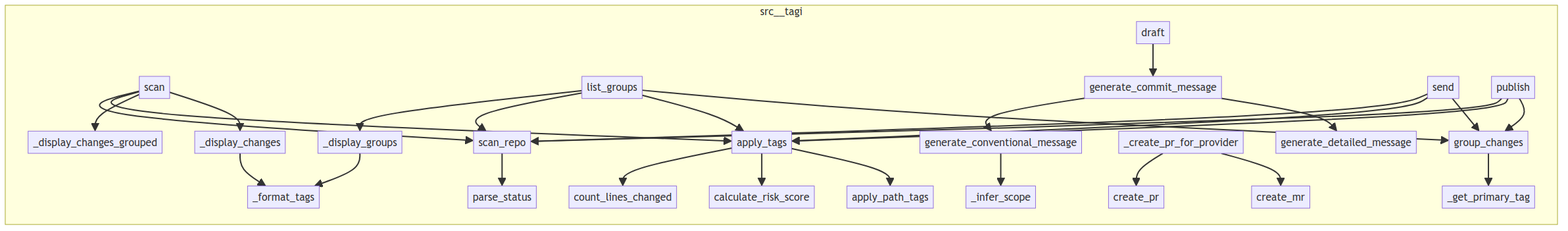
Before: project/calls.png, a diagram exported from Mermaid (semcod/tagi). Its source is kept beside it as project/calls.mmd.
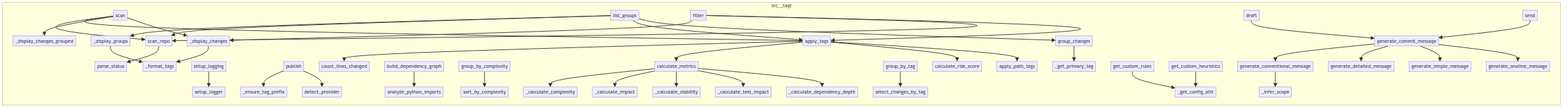
Above is the later version.

The edit, as a diff of the source:
```diff
@@ -1,32 +1,51 @@
 flowchart LR
     subgraph src__tagi
+        src__tagi__heuristics__scoring__calculate_risk_score["calculate_risk_score"]
+        src__tagi__analyzer__dependency_graph__analyze_python_imports["analyze_python_imports"]
+        src__tagi__composer__commit_message___infer_scope["_infer_scope"]
         src__tagi__cli___display_changes_grouped["_display_changes_grouped"]
-        src__tagi__heuristics__tags__apply_tags["apply_tags"]
-        src__tagi__scanner__files__count_lines_changed["count_lines_changed"]
+        src__tagi__heuristics__rules__get_custom_rules["get_custom_rules"]
+        src__tagi__cli__list_groups["list_groups"]
+        src__tagi__cli__filter["filter"]
+        src__tagi__composer__commit_message__generate_commit_message["generate_commit_message"]
+        src__tagi__heuristics__metrics___calculate_complexity["_calculate_complexity"]
+        src__tagi__heuristics__metrics___calculate_test_impact["_calculate_test_impact"]
+        src__tagi__heuristics__tags__apply_path_tags["apply_path_tags"]
+        src__tagi__cli___format_tags["_format_tags"]
+        src__tagi__utils__logger__setup_logger["setup_logger"]
+        src__tagi__planner__grouper__group_by_tag["group_by_tag"]
+        src__tagi__heuristics__rules___get_config_attr["_get_config_attr"]
+        src__tagi__composer__commit_message__generate_simple_message["generate_simple_message"]
+        src__tagi__cli___display_changes["_display_changes"]
         src__tagi__composer__commit_message__generate_detailed_message["generate_detailed_message"]
-        src__tagi__cli___create_pr_for_provider["_create_pr_for_provider"]
+        src__tagi__heuristics__metrics__calculate_metrics["calculate_metrics"]
+        src__tagi__heuristics__rules__get_custom_heuristics["get_custom_heuristics"]
+        src__tagi__cli__draft["draft"]
+        src__tagi__cli___display_groups["_display_groups"]
+        src__tagi__heuristics__metrics___calculate_stability["_calculate_stability"]
+        src__tagi__composer__commit_message__generate_oneline_message["generate_oneline_message"]
+        src__tagi__cli___ensure_tag_prefix["_ensure_tag_prefix"]
+        src__tagi__cli__send["send"]
+        src__tagi__planner__sorter__sort_by_complexity["sort_by_complexity"]
+        src__tagi__cli__setup_logging["setup_logging"]
+        src__tagi__cli__publish["publish"]
+        src__tagi__cli__scan["scan"]
+        src__tagi__cli__detect_provider["detect_provider"]
+        src__tagi__composer__commit_message__generate_conventional_message["generate_conventional_message"]
+        src__tagi__planner__sorter__group_by_complexity["group_by_complexity"]
+        src__tagi__planner__selector__select_changes_by_tag["select_changes_by_tag"]
+        src__tagi__heuristics__metrics___calculate_impact["_calculate_impact"]
+        src__tagi__heuristics__metrics___calculate_dependency_depth["_calculate_dependency_depth"]
         src__tagi__planner__grouper__group_changes["group_changes"]
         src__tagi__scanner__status__parse_status["parse_status"]
-        src__tagi__cli___display_changes["_display_changes"]
+        src__tagi__planner__grouper___get_primary_tag["_get_primary_tag"]
+        src__tagi__heuristics__tags__apply_tags["apply_tags"]
+        src__tagi__analyzer__dependency_graph__build_dependency_graph["build_dependency_graph"]
         src__tagi__scanner__status__scan_repo["scan_repo"]
-        src__tagi__cli__send["send"]
-        src__tagi__heuristics__scoring__calculate_risk_score["calculate_risk_score"]
-        src__tagi__heuristics__tags__apply_path_tags["apply_path_tags"]
-        src__tagi__cli__create_pr["create_pr"]
-        src__tagi__cli__list_groups["list_groups"]
-        src__tagi__cli__create_mr["create_mr"]
-        src__tagi__composer__commit_message__generate_commit_message["generate_commit_message"]
-        src__tagi__composer__commit_message___infer_scope["_infer_scope"]
-        src__tagi__cli__draft["draft"]
-        src__tagi__planner__grouper___get_primary_tag["_get_primary_tag"]
-        src__tagi__cli___display_groups["_display_groups"]
-        src__tagi__composer__commit_message__generate_conventional_message["generate_conventional_message"]
-        src__tagi__cli___format_tags["_format_tags"]
-        src__tagi__cli__publish["publish"]
-        src__tagi__cli__scan["scan"]
+        src__tagi__scanner__files__count_lines_changed["count_lines_changed"]
     end
-    src__tagi__planner__grouper__group_changes --> src__tagi__planner__grouper___get_primary_tag
     src__tagi__scanner__status__scan_repo --> src__tagi__scanner__status__parse_status
+    src__tagi__cli__setup_logging --> src__tagi__utils__logger__setup_logger
     src__tagi__cli__scan --> src__tagi__scanner__status__scan_repo
     src__tagi__cli__scan --> src__tagi__heuristics__tags__apply_tags
     src__tagi__cli__scan --> src__tagi__cli___display_changes_grouped
@@ -35,20 +54,32 @@
     src__tagi__cli__list_groups --> src__tagi__scanner__status__scan_repo
     src__tagi__cli__list_groups --> src__tagi__heuristics__tags__apply_tags
     src__tagi__cli__list_groups --> src__tagi__planner__grouper__group_changes
+    src__tagi__cli__filter --> src__tagi__cli___display_changes
+    src__tagi__cli__filter --> src__tagi__scanner__status__scan_repo
+    src__tagi__cli__filter --> src__tagi__heuristics__tags__apply_tags
     src__tagi__cli__draft --> src__tagi__composer__commit_message__generate_commit_message
-    src__tagi__cli__send --> src__tagi__scanner__status__scan_repo
-    src__tagi__cli__send --> src__tagi__heuristics__tags__apply_tags
-    src__tagi__cli__send --> src__tagi__planner__grouper__group_changes
-    src__tagi__cli___create_pr_for_provider --> src__tagi__cli__create_pr
-    src__tagi__cli___create_pr_for_provider --> src__tagi__cli__create_mr
-    src__tagi__cli__publish --> src__tagi__scanner__status__scan_repo
-    src__tagi__cli__publish --> src__tagi__heuristics__tags__apply_tags
-    src__tagi__cli__publish --> src__tagi__planner__grouper__group_changes
+    src__tagi__cli__send --> src__tagi__composer__commit_message__generate_commit_message
+    src__tagi__cli__publish --> src__tagi__cli___ensure_tag_prefix
+    src__tagi__cli__publish --> src__tagi__cli__detect_provider
     src__tagi__cli___display_changes --> src__tagi__cli___format_tags
     src__tagi__cli___display_groups --> src__tagi__cli___format_tags
+    src__tagi__analyzer__dependency_graph__build_dependency_graph --> src__tagi__analyzer__dependency_graph__analyze_python_imports
+    src__tagi__planner__sorter__group_by_complexity --> src__tagi__planner__sorter__sort_by_complexity
+    src__tagi__planner__grouper__group_changes --> src__tagi__planner__grouper___get_primary_tag
+    src__tagi__planner__grouper__group_by_tag --> src__tagi__planner__selector__select_changes_by_tag
+    src__tagi__heuristics__metrics__calculate_metrics --> src__tagi__heuristics__metrics___calculate_complexity
+    src__tagi__heuristics__metrics__calculate_metrics --> src__tagi__heuristics__metrics___calculate_impact
+    src__tagi__heuristics__metrics__calculate_metrics --> src__tagi__heuristics__metrics___calculate_stability
+    src__tagi__heuristics__metrics__calculate_metrics --> src__tagi__heuristics__metrics___calculate_test_impact
+    src__tagi__heuristics__metrics__calculate_metrics --> src__tagi__heuristics__metrics___calculate_dependency_depth
     src__tagi__heuristics__tags__apply_tags --> src__tagi__scanner__files__count_lines_changed
+    src__tagi__heuristics__tags__apply_tags --> src__tagi__heuristics__metrics__calculate_metrics
     src__tagi__heuristics__tags__apply_tags --> src__tagi__heuristics__scoring__calculate_risk_score
     src__tagi__heuristics__tags__apply_tags --> src__tagi__heuristics__tags__apply_path_tags
+    src__tagi__heuristics__rules__get_custom_rules --> src__tagi__heuristics__rules___get_config_attr
+    src__tagi__heuristics__rules__get_custom_heuristics --> src__tagi__heuristics__rules___get_config_attr
     src__tagi__composer__commit_message__generate_commit_message --> src__tagi__composer__commit_message__generate_conventional_message
     src__tagi__composer__commit_message__generate_commit_message --> src__tagi__composer__commit_message__generate_detailed_message
+    src__tagi__composer__commit_message__generate_commit_message --> src__tagi__composer__commit_message__generate_simple_message
+    src__tagi__composer__commit_message__generate_commit_message --> src__tagi__composer__commit_message__generate_oneline_message
     src__tagi__composer__commit_message__generate_conventional_message --> src__tagi__composer__commit_message___infer_scope
```
